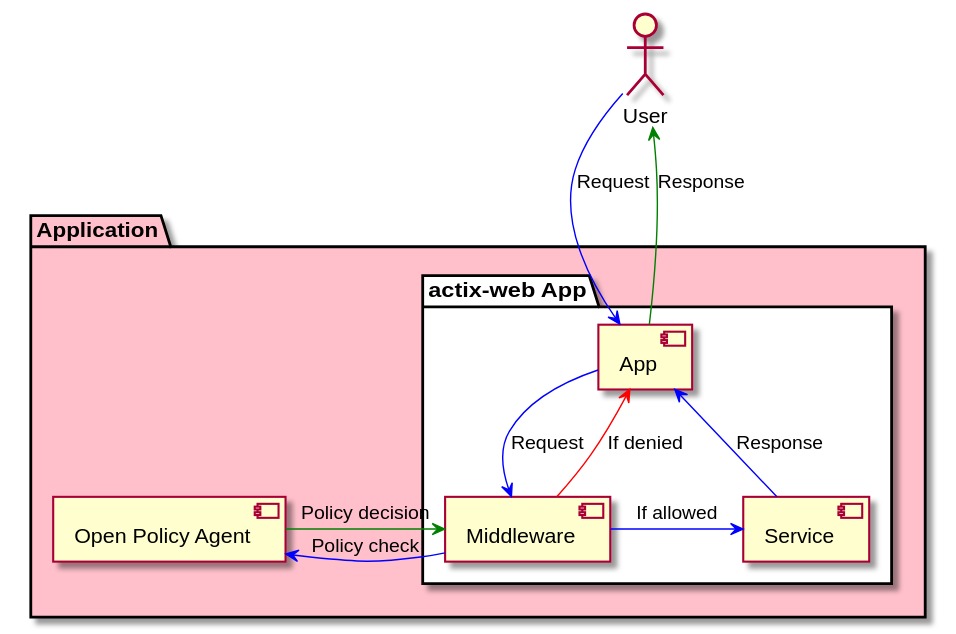
Earlier version of the PlantUML export resource/opa-middleware-components.svg (michiel/actix-web-middleware-opa).
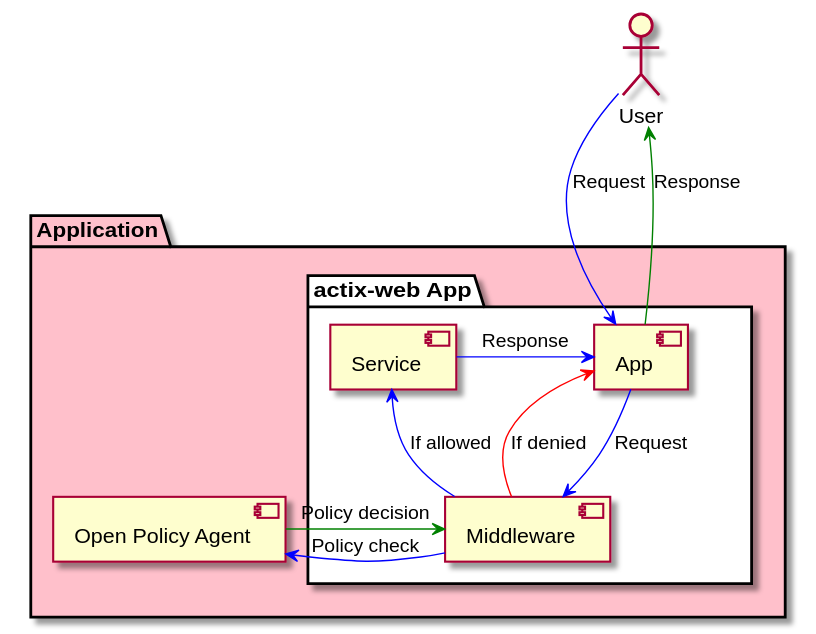
After the change.

Diff of the diagram source:
```diff
@@ -18,8 +18,8 @@
 Middleware -r-> OPA #Blue : Policy check
 OPA -l-> Middleware #Green : Policy decision
 Middleware -u-> App #Red : If denied
-Middleware -r-> Service #Blue : If allowed
-Service -l-> App #Blue : Response
+Middleware -l-> Service #Blue : If allowed
+Service -r-> App #Blue : Response
 App -u-> User #Green : Response
 
 @enduml
```
